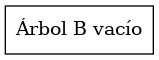
Earlier version of the Graphviz export Proyecto-Fase 2/Reportes/B.png (Rodrigo-1504/-EDD-1S2025_202202854). Its source is kept beside it as Proyecto-Fase 2/Reportes/B.dot.
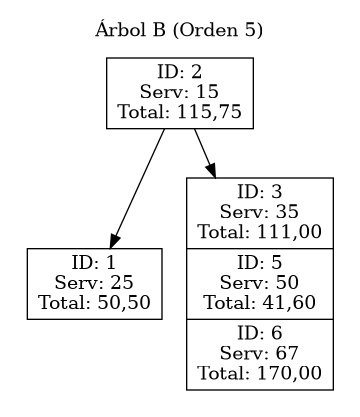
After the change.

The edit, as a diff of the source:
```diff
@@ -1,4 +1,12 @@
-digraph G {
+digraph BTree {
 	node[shape=record];
-	NULL[label = "{Árbol B vacío}"];
+	graph[pencolor=transparent];
+	subgraph cluster_0{
+		label = "Árbol B (Orden 5)";
+	"node0" [label = "{ID: 2\nServ: 15\nTotal: 115,75}"];
+	"node1" [label = "{ID: 1\nServ: 25\nTotal: 50,50}"];
+	"node0" -> "node1";
+	"node2" [label = "{ID: 3\nServ: 35\nTotal: 111,00|ID: 5\nServ: 50\nTotal: 41,60|ID: 6\nServ: 67\nTotal: 170,00}"];
+	"node0" -> "node2";
+	}
 }
```
